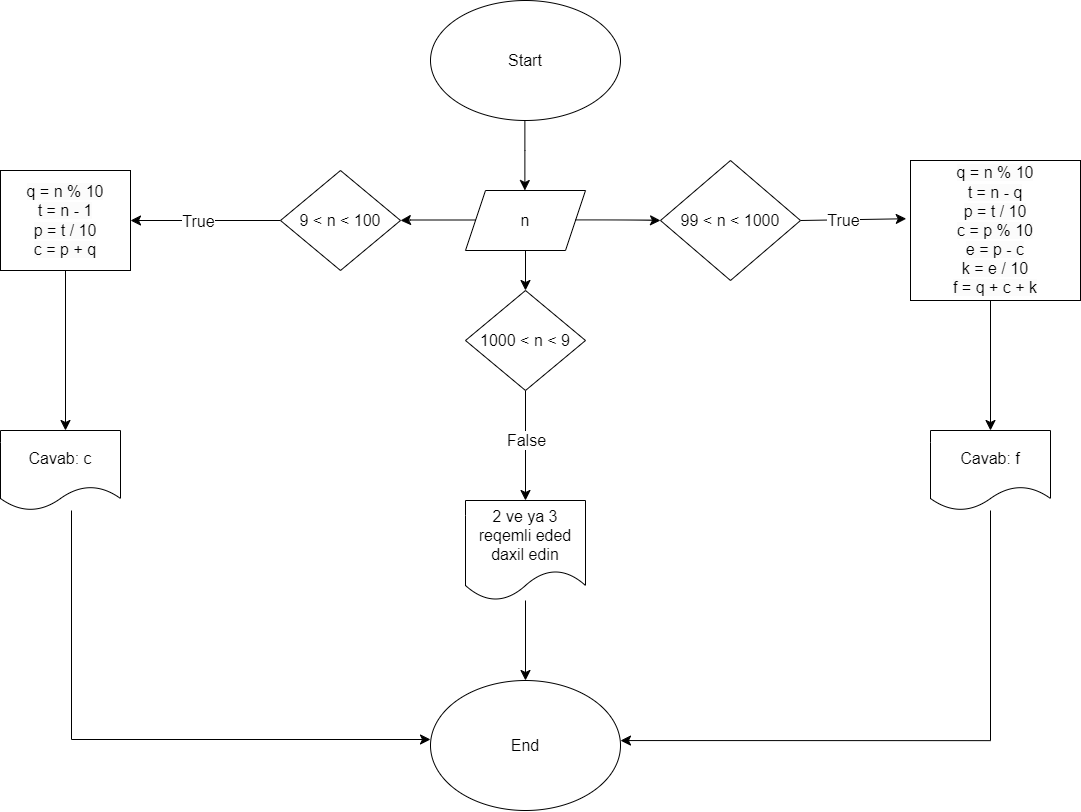
Above: png/task_3.png in vugarguliyev93/MyProject (draw.io), before the change. Source tidied: cells renumbered, new cells last; positions are measured from the earlier drawing's top-left corner, leaving out a move shared by most shapes. Its diagram source:
```xml
<mxGraphModel>
  <root>
    <mxCell id="0" />
    <mxCell id="1" parent="0" />
    <mxCell id="2" value="Start" style="ellipse;whiteSpace=wrap;html=1;fontSize=16;" parent="1" vertex="1">
      <mxGeometry x="430" width="190" height="120" as="geometry" />
    </mxCell>
    <mxCell id="3" value="End" style="ellipse;whiteSpace=wrap;html=1;fontSize=16;" parent="1" vertex="1">
      <mxGeometry x="430" y="680" width="190" height="130" as="geometry" />
    </mxCell>
    <mxCell id="4" style="edgeStyle=none;curved=1;rounded=0;jettySize=auto;html=1;fontSize=12;startSize=8;endSize=8;" parent="1" edge="1" source="5" target="11">
      <mxGeometry relative="1" as="geometry" />
    </mxCell>
    <mxCell id="5" value="n" style="shape=parallelogram;perimeter=parallelogramPerimeter;whiteSpace=wrap;html=1;fixedSize=1;fontSize=16;" parent="1" vertex="1">
      <mxGeometry x="465" y="190" width="120" height="60" as="geometry" />
    </mxCell>
    <mxCell id="6" style="endArrow=classic;html=1;rounded=0;fontSize=12;startSize=8;endSize=8;curved=1;strokeWidth=1;horizontal=1;verticalAlign=bottom;" parent="1" edge="1">
      <mxGeometry relative="1" as="geometry">
        <mxPoint x="524.4" y="120" as="sourcePoint" />
        <mxPoint x="524.4" y="190" as="targetPoint" />
        <Array as="points">
          <mxPoint x="524.4" y="150" />
        </Array>
      </mxGeometry>
    </mxCell>
    <mxCell id="7" style="endArrow=classic;html=1;rounded=0;fontSize=12;startSize=8;endSize=8;curved=1;exitX=0;exitY=0.5;exitDx=0;exitDy=0;entryX=1;entryY=0.5;entryDx=0;entryDy=0;" parent="1" edge="1" target="17">
      <mxGeometry relative="1" as="geometry">
        <mxPoint x="475" y="219.5" as="sourcePoint" />
        <Array as="points">
          <mxPoint x="410" y="219.5" />
        </Array>
      </mxGeometry>
    </mxCell>
    <mxCell id="8" style="endArrow=classic;html=1;rounded=0;fontSize=12;startSize=8;endSize=8;curved=1;" parent="1" edge="1">
      <mxGeometry relative="1" as="geometry">
        <mxPoint x="575" y="219.5" as="sourcePoint" />
        <mxPoint x="660" y="220" as="targetPoint" />
        <Array as="points">
          <mxPoint x="632" y="219.5" />
        </Array>
      </mxGeometry>
    </mxCell>
    <mxCell id="9" style="edgeStyle=none;curved=1;rounded=0;jettySize=auto;html=1;exitX=0.5;exitY=1;exitDx=0;exitDy=0;fontSize=12;startSize=8;endSize=8;entryX=0.5;entryY=0;entryDx=0;entryDy=0;entryPerimeter=0;" parent="1" edge="1" source="11" target="14">
      <mxGeometry relative="1" as="geometry" />
    </mxCell>
    <mxCell id="10" value="False" style="edgeLabel;html=1;align=center;verticalAlign=middle;fontSize=16;" parent="9" vertex="1">
      <mxGeometry x="-0.37" relative="1" as="geometry">
        <mxPoint y="15" as="offset" />
      </mxGeometry>
    </mxCell>
    <mxCell id="11" value="1000 &amp;lt; n &amp;lt; 9" style="rhombus;whiteSpace=wrap;html=1;fontSize=16;" parent="1" vertex="1">
      <mxGeometry x="465" y="290" width="120" height="100" as="geometry" />
    </mxCell>
    <mxCell id="12" style="edgeStyle=none;curved=1;rounded=0;jettySize=auto;html=1;fontSize=12;startSize=8;endSize=8;" parent="1" edge="1" source="14">
      <mxGeometry relative="1" as="geometry">
        <mxPoint x="525" y="600" as="targetPoint" />
      </mxGeometry>
    </mxCell>
    <mxCell id="13" style="edgeStyle=none;curved=1;rounded=0;jettySize=auto;html=1;entryX=0.5;entryY=0;entryDx=0;entryDy=0;fontSize=12;startSize=8;endSize=8;" parent="1" edge="1" source="14" target="3">
      <mxGeometry relative="1" as="geometry" />
    </mxCell>
    <mxCell id="14" value="2 ve ya 3 reqemli eded daxil edin" style="shape=document;whiteSpace=wrap;html=1;boundedLbl=1;fontSize=16;" parent="1" vertex="1">
      <mxGeometry x="465" y="500" width="120" height="100" as="geometry" />
    </mxCell>
    <mxCell id="15" style="edgeStyle=none;curved=1;rounded=0;jettySize=auto;html=1;exitX=0;exitY=0.5;exitDx=0;exitDy=0;fontSize=12;startSize=8;endSize=8;entryX=1;entryY=0.5;entryDx=0;entryDy=0;" parent="1" edge="1" source="17" target="27">
      <mxGeometry relative="1" as="geometry" />
    </mxCell>
    <mxCell id="16" value="True" style="edgeLabel;html=1;align=center;verticalAlign=middle;fontSize=16;" parent="15" vertex="1">
      <mxGeometry x="0.09" relative="1" as="geometry">
        <mxPoint x="-1" as="offset" />
      </mxGeometry>
    </mxCell>
    <mxCell id="17" value="9 &amp;lt; n &amp;lt; 100" style="rhombus;whiteSpace=wrap;html=1;fontSize=16;" parent="1" vertex="1">
      <mxGeometry x="280" y="170" width="120" height="100" as="geometry" />
    </mxCell>
    <mxCell id="18" value="Cavab: c" style="shape=document;whiteSpace=wrap;html=1;boundedLbl=1;fontSize=16;" parent="1" vertex="1">
      <mxGeometry y="430" width="120" height="80" as="geometry" />
    </mxCell>
    <mxCell id="19" style="edgeStyle=none;curved=1;rounded=0;jettySize=auto;html=1;exitX=1;exitY=0.5;exitDx=0;exitDy=0;entryX=-0.025;entryY=0.416;entryDx=0;entryDy=0;fontSize=12;startSize=8;endSize=8;entryPerimeter=0;" parent="1" edge="1" source="21" target="28">
      <mxGeometry relative="1" as="geometry" />
    </mxCell>
    <mxCell id="20" value="True" style="edgeLabel;html=1;align=center;verticalAlign=middle;fontSize=16;" parent="19" vertex="1">
      <mxGeometry x="-0.23" relative="1" as="geometry">
        <mxPoint x="1" as="offset" />
      </mxGeometry>
    </mxCell>
    <mxCell id="21" value="99 &amp;lt; n &amp;lt; 1000" style="rhombus;whiteSpace=wrap;html=1;fontSize=16;" parent="1" vertex="1">
      <mxGeometry x="660" y="160" width="140" height="120" as="geometry" />
    </mxCell>
    <mxCell id="22" style="edgeStyle=none;curved=1;rounded=0;jettySize=auto;html=1;fontSize=12;startSize=8;endSize=8;entryX=0.5;entryY=0;entryDx=0;entryDy=0;" parent="1" edge="1" target="23">
      <mxGeometry relative="1" as="geometry">
        <mxPoint x="990" y="300" as="sourcePoint" />
      </mxGeometry>
    </mxCell>
    <mxCell id="23" value="Cavab: f" style="shape=document;whiteSpace=wrap;html=1;boundedLbl=1;fontSize=16;" parent="1" vertex="1">
      <mxGeometry x="930" y="430" width="120" height="80" as="geometry" />
    </mxCell>
    <mxCell id="24" style="edgeStyle=segmentEdgeStyle;endArrow=classic;html=1;curved=0;rounded=0;endSize=8;startSize=8;fontSize=12;" parent="1" edge="1" source="18">
      <mxGeometry relative="1" as="geometry">
        <mxPoint x="430" y="739" as="targetPoint" />
        <Array as="points">
          <mxPoint x="71" y="739" />
        </Array>
      </mxGeometry>
    </mxCell>
    <mxCell id="25" style="edgeStyle=segmentEdgeStyle;endArrow=classic;html=1;curved=0;rounded=0;endSize=8;startSize=8;fontSize=12;entryX=1;entryY=0.462;entryDx=0;entryDy=0;entryPerimeter=0;" parent="1" edge="1" source="23" target="3">
      <mxGeometry relative="1" as="geometry">
        <Array as="points">
          <mxPoint x="990" y="740" />
        </Array>
      </mxGeometry>
    </mxCell>
    <mxCell id="26" style="edgeStyle=none;curved=1;rounded=0;jettySize=auto;html=1;fontSize=12;startSize=8;endSize=8;" parent="1" edge="1" source="27">
      <mxGeometry relative="1" as="geometry">
        <mxPoint x="65" y="430" as="targetPoint" />
      </mxGeometry>
    </mxCell>
    <mxCell id="27" value="&lt;span style=&quot;color: rgb(0, 0, 0); font-family: Helvetica; font-size: 16px; font-style: normal; font-variant-ligatures: normal; font-variant-caps: normal; font-weight: 400; letter-spacing: normal; orphans: 2; text-align: center; text-indent: 0px; text-transform: none; widows: 2; word-spacing: 0px; -webkit-text-stroke-width: 0px; background-color: rgb(251, 251, 251); text-decoration-thickness: initial; text-decoration-style: initial; text-decoration-color: initial; float: none; display: inline !important;&quot;&gt;q = n % 10&lt;/span&gt;&lt;br style=&quot;border-color: var(--border-color); color: rgb(0, 0, 0); font-family: Helvetica; font-size: 16px; font-style: normal; font-variant-ligatures: normal; font-variant-caps: normal; font-weight: 400; letter-spacing: normal; orphans: 2; text-align: center; text-indent: 0px; text-transform: none; widows: 2; word-spacing: 0px; -webkit-text-stroke-width: 0px; background-color: rgb(251, 251, 251); text-decoration-thickness: initial; text-decoration-style: initial; text-decoration-color: initial;&quot;&gt;&lt;span style=&quot;color: rgb(0, 0, 0); font-family: Helvetica; font-size: 16px; font-style: normal; font-variant-ligatures: normal; font-variant-caps: normal; font-weight: 400; letter-spacing: normal; orphans: 2; text-align: center; text-indent: 0px; text-transform: none; widows: 2; word-spacing: 0px; -webkit-text-stroke-width: 0px; background-color: rgb(251, 251, 251); text-decoration-thickness: initial; text-decoration-style: initial; text-decoration-color: initial; float: none; display: inline !important;&quot;&gt;t = n - 1&lt;/span&gt;&lt;br style=&quot;border-color: var(--border-color); color: rgb(0, 0, 0); font-family: Helvetica; font-size: 16px; font-style: normal; font-variant-ligatures: normal; font-variant-caps: normal; font-weight: 400; letter-spacing: normal; orphans: 2; text-align: center; text-indent: 0px; text-transform: none; widows: 2; word-spacing: 0px; -webkit-text-stroke-width: 0px; background-color: rgb(251, 251, 251); text-decoration-thickness: initial; text-decoration-style: initial; text-decoration-color: initial;&quot;&gt;&lt;span style=&quot;color: rgb(0, 0, 0); font-family: Helvetica; font-size: 16px; font-style: normal; font-variant-ligatures: normal; font-variant-caps: normal; font-weight: 400; letter-spacing: normal; orphans: 2; text-align: center; text-indent: 0px; text-transform: none; widows: 2; word-spacing: 0px; -webkit-text-stroke-width: 0px; background-color: rgb(251, 251, 251); text-decoration-thickness: initial; text-decoration-style: initial; text-decoration-color: initial; float: none; display: inline !important;&quot;&gt;p = t / 10&lt;/span&gt;&lt;br style=&quot;border-color: var(--border-color); color: rgb(0, 0, 0); font-family: Helvetica; font-size: 16px; font-style: normal; font-variant-ligatures: normal; font-variant-caps: normal; font-weight: 400; letter-spacing: normal; orphans: 2; text-align: center; text-indent: 0px; text-transform: none; widows: 2; word-spacing: 0px; -webkit-text-stroke-width: 0px; background-color: rgb(251, 251, 251); text-decoration-thickness: initial; text-decoration-style: initial; text-decoration-color: initial;&quot;&gt;&lt;span style=&quot;color: rgb(0, 0, 0); font-family: Helvetica; font-size: 16px; font-style: normal; font-variant-ligatures: normal; font-variant-caps: normal; font-weight: 400; letter-spacing: normal; orphans: 2; text-align: center; text-indent: 0px; text-transform: none; widows: 2; word-spacing: 0px; -webkit-text-stroke-width: 0px; background-color: rgb(251, 251, 251); text-decoration-thickness: initial; text-decoration-style: initial; text-decoration-color: initial; float: none; display: inline !important;&quot;&gt;c = p + q&lt;/span&gt;" style="rounded=0;whiteSpace=wrap;html=1;fontSize=16;" parent="1" vertex="1">
      <mxGeometry y="170" width="130" height="100" as="geometry" />
    </mxCell>
    <mxCell id="28" value="&lt;span style=&quot;color: rgb(0, 0, 0); font-family: Helvetica; font-size: 16px; font-style: normal; font-variant-ligatures: normal; font-variant-caps: normal; font-weight: 400; letter-spacing: normal; orphans: 2; text-align: center; text-indent: 0px; text-transform: none; widows: 2; word-spacing: 0px; -webkit-text-stroke-width: 0px; background-color: rgb(251, 251, 251); text-decoration-thickness: initial; text-decoration-style: initial; text-decoration-color: initial; float: none; display: inline !important;&quot;&gt;q = n % 10&lt;/span&gt;&lt;br style=&quot;border-color: var(--border-color); color: rgb(0, 0, 0); font-family: Helvetica; font-size: 16px; font-style: normal; font-variant-ligatures: normal; font-variant-caps: normal; font-weight: 400; letter-spacing: normal; orphans: 2; text-align: center; text-indent: 0px; text-transform: none; widows: 2; word-spacing: 0px; -webkit-text-stroke-width: 0px; background-color: rgb(251, 251, 251); text-decoration-thickness: initial; text-decoration-style: initial; text-decoration-color: initial;&quot;&gt;&lt;span style=&quot;color: rgb(0, 0, 0); font-family: Helvetica; font-size: 16px; font-style: normal; font-variant-ligatures: normal; font-variant-caps: normal; font-weight: 400; letter-spacing: normal; orphans: 2; text-align: center; text-indent: 0px; text-transform: none; widows: 2; word-spacing: 0px; -webkit-text-stroke-width: 0px; background-color: rgb(251, 251, 251); text-decoration-thickness: initial; text-decoration-style: initial; text-decoration-color: initial; float: none; display: inline !important;&quot;&gt;t = n - q&lt;/span&gt;&lt;br style=&quot;border-color: var(--border-color); color: rgb(0, 0, 0); font-family: Helvetica; font-size: 16px; font-style: normal; font-variant-ligatures: normal; font-variant-caps: normal; font-weight: 400; letter-spacing: normal; orphans: 2; text-align: center; text-indent: 0px; text-transform: none; widows: 2; word-spacing: 0px; -webkit-text-stroke-width: 0px; background-color: rgb(251, 251, 251); text-decoration-thickness: initial; text-decoration-style: initial; text-decoration-color: initial;&quot;&gt;&lt;span style=&quot;color: rgb(0, 0, 0); font-family: Helvetica; font-size: 16px; font-style: normal; font-variant-ligatures: normal; font-variant-caps: normal; font-weight: 400; letter-spacing: normal; orphans: 2; text-align: center; text-indent: 0px; text-transform: none; widows: 2; word-spacing: 0px; -webkit-text-stroke-width: 0px; background-color: rgb(251, 251, 251); text-decoration-thickness: initial; text-decoration-style: initial; text-decoration-color: initial; float: none; display: inline !important;&quot;&gt;p = t / 10&lt;/span&gt;&lt;br style=&quot;border-color: var(--border-color); color: rgb(0, 0, 0); font-family: Helvetica; font-size: 16px; font-style: normal; font-variant-ligatures: normal; font-variant-caps: normal; font-weight: 400; letter-spacing: normal; orphans: 2; text-align: center; text-indent: 0px; text-transform: none; widows: 2; word-spacing: 0px; -webkit-text-stroke-width: 0px; background-color: rgb(251, 251, 251); text-decoration-thickness: initial; text-decoration-style: initial; text-decoration-color: initial;&quot;&gt;&lt;span style=&quot;color: rgb(0, 0, 0); font-family: Helvetica; font-size: 16px; font-style: normal; font-variant-ligatures: normal; font-variant-caps: normal; font-weight: 400; letter-spacing: normal; orphans: 2; text-align: center; text-indent: 0px; text-transform: none; widows: 2; word-spacing: 0px; -webkit-text-stroke-width: 0px; background-color: rgb(251, 251, 251); text-decoration-thickness: initial; text-decoration-style: initial; text-decoration-color: initial; float: none; display: inline !important;&quot;&gt;c = p % 10&lt;/span&gt;&lt;br style=&quot;border-color: var(--border-color); color: rgb(0, 0, 0); font-family: Helvetica; font-size: 16px; font-style: normal; font-variant-ligatures: normal; font-variant-caps: normal; font-weight: 400; letter-spacing: normal; orphans: 2; text-align: center; text-indent: 0px; text-transform: none; widows: 2; word-spacing: 0px; -webkit-text-stroke-width: 0px; background-color: rgb(251, 251, 251); text-decoration-thickness: initial; text-decoration-style: initial; text-decoration-color: initial;&quot;&gt;&lt;span style=&quot;color: rgb(0, 0, 0); font-family: Helvetica; font-size: 16px; font-style: normal; font-variant-ligatures: normal; font-variant-caps: normal; font-weight: 400; letter-spacing: normal; orphans: 2; text-align: center; text-indent: 0px; text-transform: none; widows: 2; word-spacing: 0px; -webkit-text-stroke-width: 0px; background-color: rgb(251, 251, 251); text-decoration-thickness: initial; text-decoration-style: initial; text-decoration-color: initial; float: none; display: inline !important;&quot;&gt;e = p - c&lt;/span&gt;&lt;br style=&quot;border-color: var(--border-color); color: rgb(0, 0, 0); font-family: Helvetica; font-size: 16px; font-style: normal; font-variant-ligatures: normal; font-variant-caps: normal; font-weight: 400; letter-spacing: normal; orphans: 2; text-align: center; text-indent: 0px; text-transform: none; widows: 2; word-spacing: 0px; -webkit-text-stroke-width: 0px; background-color: rgb(251, 251, 251); text-decoration-thickness: initial; text-decoration-style: initial; text-decoration-color: initial;&quot;&gt;&lt;span style=&quot;color: rgb(0, 0, 0); font-family: Helvetica; font-size: 16px; font-style: normal; font-variant-ligatures: normal; font-variant-caps: normal; font-weight: 400; letter-spacing: normal; orphans: 2; text-align: center; text-indent: 0px; text-transform: none; widows: 2; word-spacing: 0px; -webkit-text-stroke-width: 0px; background-color: rgb(251, 251, 251); text-decoration-thickness: initial; text-decoration-style: initial; text-decoration-color: initial; float: none; display: inline !important;&quot;&gt;k = e / 10&lt;/span&gt;&lt;br style=&quot;border-color: var(--border-color); color: rgb(0, 0, 0); font-family: Helvetica; font-size: 16px; font-style: normal; font-variant-ligatures: normal; font-variant-caps: normal; font-weight: 400; letter-spacing: normal; orphans: 2; text-align: center; text-indent: 0px; text-transform: none; widows: 2; word-spacing: 0px; -webkit-text-stroke-width: 0px; background-color: rgb(251, 251, 251); text-decoration-thickness: initial; text-decoration-style: initial; text-decoration-color: initial;&quot;&gt;&lt;span style=&quot;color: rgb(0, 0, 0); font-family: Helvetica; font-size: 16px; font-style: normal; font-variant-ligatures: normal; font-variant-caps: normal; font-weight: 400; letter-spacing: normal; orphans: 2; text-align: center; text-indent: 0px; text-transform: none; widows: 2; word-spacing: 0px; -webkit-text-stroke-width: 0px; background-color: rgb(251, 251, 251); text-decoration-thickness: initial; text-decoration-style: initial; text-decoration-color: initial; float: none; display: inline !important;&quot;&gt;f = q + c + k&lt;/span&gt;" style="rounded=0;whiteSpace=wrap;html=1;fontSize=16;" parent="1" vertex="1">
      <mxGeometry x="910" y="160" width="170" height="140" as="geometry" />
    </mxCell>
  </root>
</mxGraphModel>
```
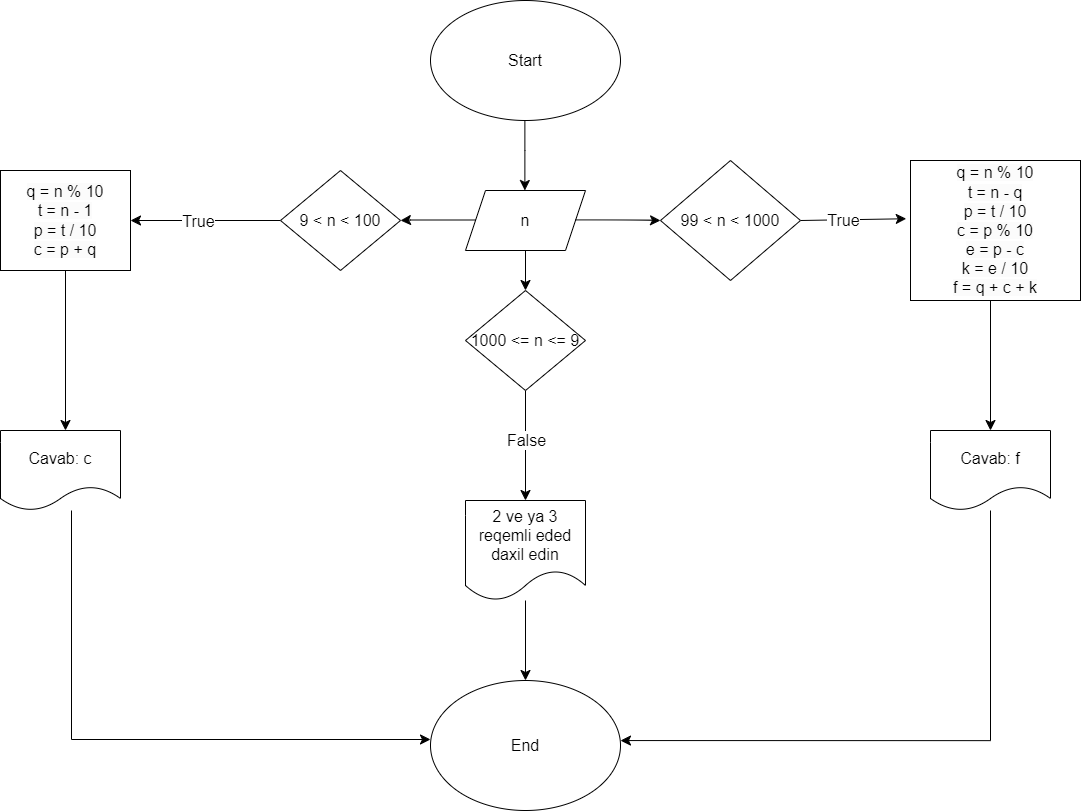
Above is the later version.

Diff of the diagram source:
```diff
@@ -48,7 +48,7 @@
         <mxPoint y="15" as="offset" />
       </mxGeometry>
     </mxCell>
-    <mxCell id="11" value="1000 &amp;lt; n &amp;lt; 9" style="rhombus;whiteSpace=wrap;html=1;fontSize=16;" parent="1" vertex="1">
+    <mxCell id="11" value="1000 &amp;lt;= n &amp;lt;= 9" style="rhombus;whiteSpace=wrap;html=1;fontSize=16;" parent="1" vertex="1">
       <mxGeometry x="465" y="290" width="120" height="100" as="geometry" />
     </mxCell>
     <mxCell id="12" style="edgeStyle=none;curved=1;rounded=0;jettySize=auto;html=1;fontSize=12;startSize=8;endSize=8;" parent="1" edge="1" source="14">
```
